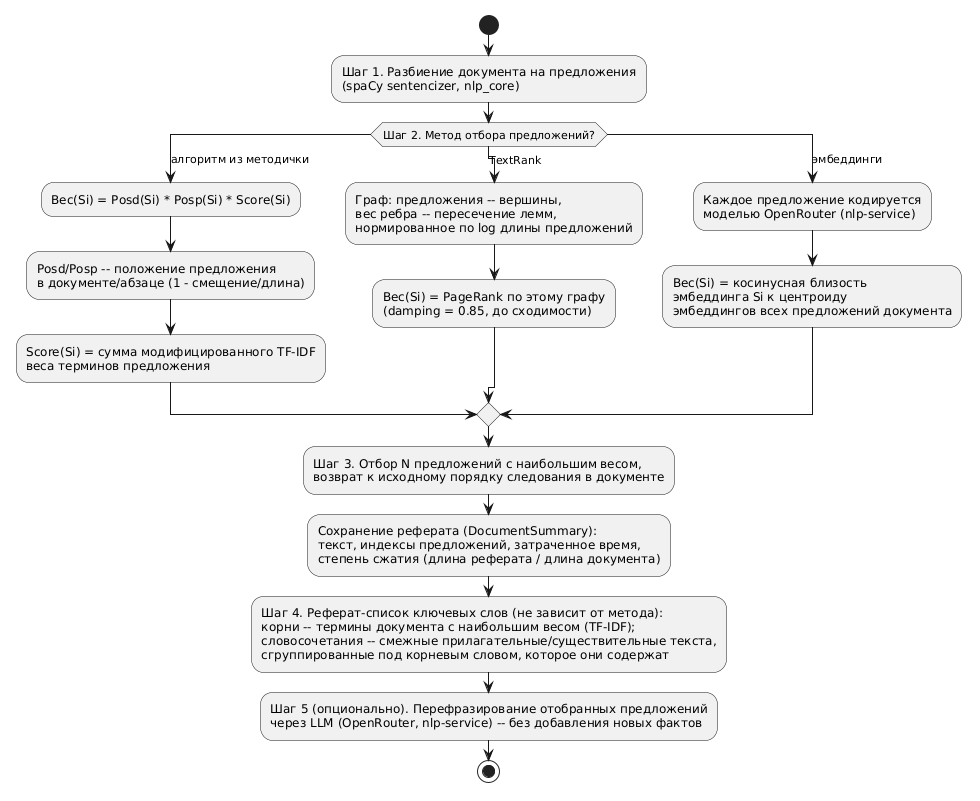
Earlier version of the PlantUML export reports/lr3/lab/diagrams/generated/summarization-pipeline.png (slavikovics/LanguageProcessing). Source of this version:
```plantuml
@startuml summarization-pipeline


start
:Шаг 1. Разбиение документа на предложения\n(spaCy sentencizer, nlp_core);

switch (Шаг 2. Метод отбора предложений?)
case (алгоритм из методички)
  :Вес(Si) = Posd(Si) * Posp(Si) * Score(Si);
  :Posd/Posp -- положение предложения\nв документе/абзаце (1 - смещение/длина);
  :Score(Si) = сумма модифицированного TF-IDF\nвеса терминов предложения;
case (TextRank)
  :Граф: предложения -- вершины,\nвес ребра -- пересечение лемм,\nнормированное по log длины предложений;
  :Вес(Si) = PageRank по этому графу\n(damping = 0.85, до сходимости);
case (эмбеддинги)
  :Каждое предложение кодируется\nмоделью OpenRouter (nlp-service);
  :Вес(Si) = косинусная близость\nэмбеддинга Si к центроиду\nэмбеддингов всех предложений документа;
endswitch

:Шаг 3. Отбор N предложений с наибольшим весом,\nвозврат к исходному порядку следования в документе;
:Сохранение реферата (DocumentSummary):\nтекст, индексы предложений, затраченное время,\nстепень сжатия (длина реферата / длина документа);

:Шаг 4. Реферат-список ключевых слов (не зависит от метода):\nкорни -- термины документа с наибольшим весом (TF-IDF);\nсловосочетания -- смежные прилагательные/существительные текста,\nсгруппированные под корневым словом, которое они содержат;

:Шаг 5 (опционально). Перефразирование отобранных предложений\nчерез LLM (OpenRouter, nlp-service) -- без добавления новых фактов;
stop

@enduml
```
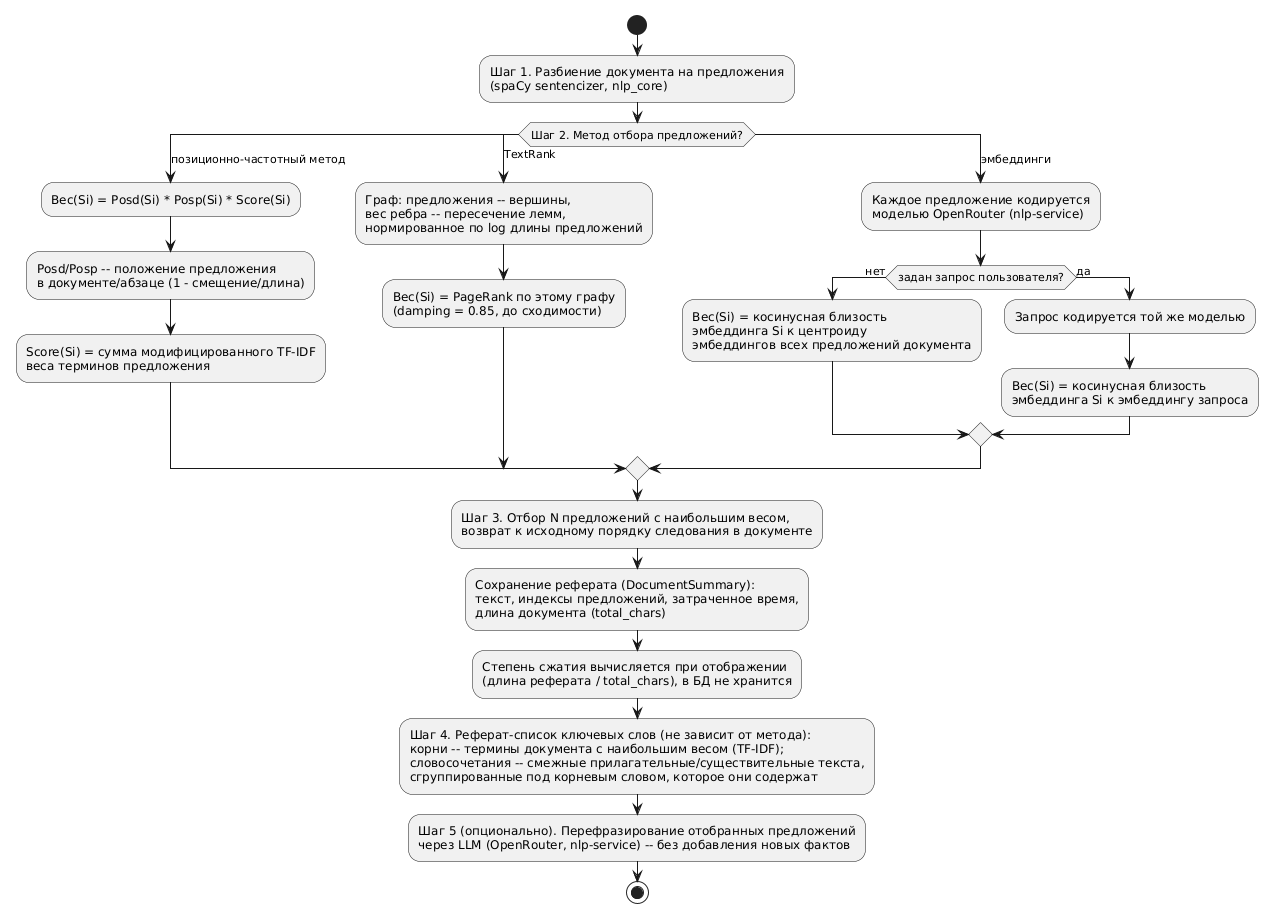
The same diagram one commit later.

Diff of the diagram source:
```diff
@@ -5,7 +5,7 @@
 :Шаг 1. Разбиение документа на предложения\n(spaCy sentencizer, nlp_core);
 
 switch (Шаг 2. Метод отбора предложений?)
-case (алгоритм из методички)
+case (позиционно-частотный метод)
   :Вес(Si) = Posd(Si) * Posp(Si) * Score(Si);
   :Posd/Posp -- положение предложения\nв документе/абзаце (1 - смещение/длина);
   :Score(Si) = сумма модифицированного TF-IDF\nвеса терминов предложения;
@@ -14,11 +14,17 @@
   :Вес(Si) = PageRank по этому графу\n(damping = 0.85, до сходимости);
 case (эмбеддинги)
   :Каждое предложение кодируется\nмоделью OpenRouter (nlp-service);
-  :Вес(Si) = косинусная близость\nэмбеддинга Si к центроиду\nэмбеддингов всех предложений документа;
+  if (задан запрос пользователя?) then (нет)
+    :Вес(Si) = косинусная близость\nэмбеддинга Si к центроиду\nэмбеддингов всех предложений документа;
+  else (да)
+    :Запрос кодируется той же моделью;
+    :Вес(Si) = косинусная близость\nэмбеддинга Si к эмбеддингу запроса;
+  endif
 endswitch
 
 :Шаг 3. Отбор N предложений с наибольшим весом,\nвозврат к исходному порядку следования в документе;
-:Сохранение реферата (DocumentSummary):\nтекст, индексы предложений, затраченное время,\nстепень сжатия (длина реферата / длина документа);
+:Сохранение реферата (DocumentSummary):\nтекст, индексы предложений, затраченное время,\nдлина документа (total_chars);
+:Степень сжатия вычисляется при отображении\n(длина реферата / total_chars), в БД не хранится;
 
 :Шаг 4. Реферат-список ключевых слов (не зависит от метода):\nкорни -- термины документа с наибольшим весом (TF-IDF);\nсловосочетания -- смежные прилагательные/существительные текста,\nсгруппированные под корневым словом, которое они содержат;
 
```
